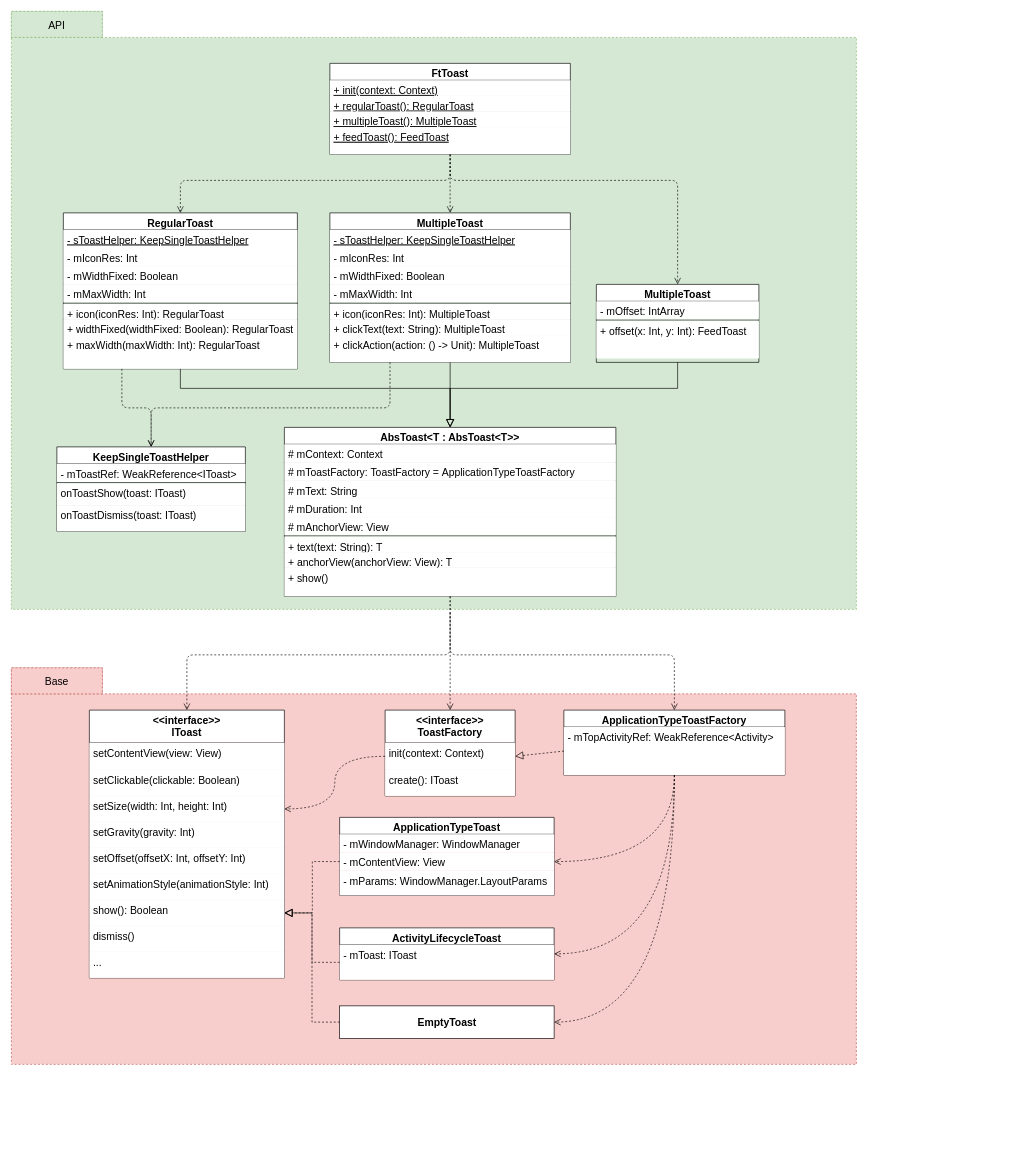
EricHyh/KtDemoCollection keeps this draw.io diagram as toastdemo/Toast.drawio. Above is the earlier version. Source tidied: cells renumbered, new cells numbered last; positions are measured from the earlier drawing's top-left corner, leaving out a move shared by most shapes. Both pictures are drawn from the tidied source at 65%, with x=0, y=0 at pixel (11, 11).
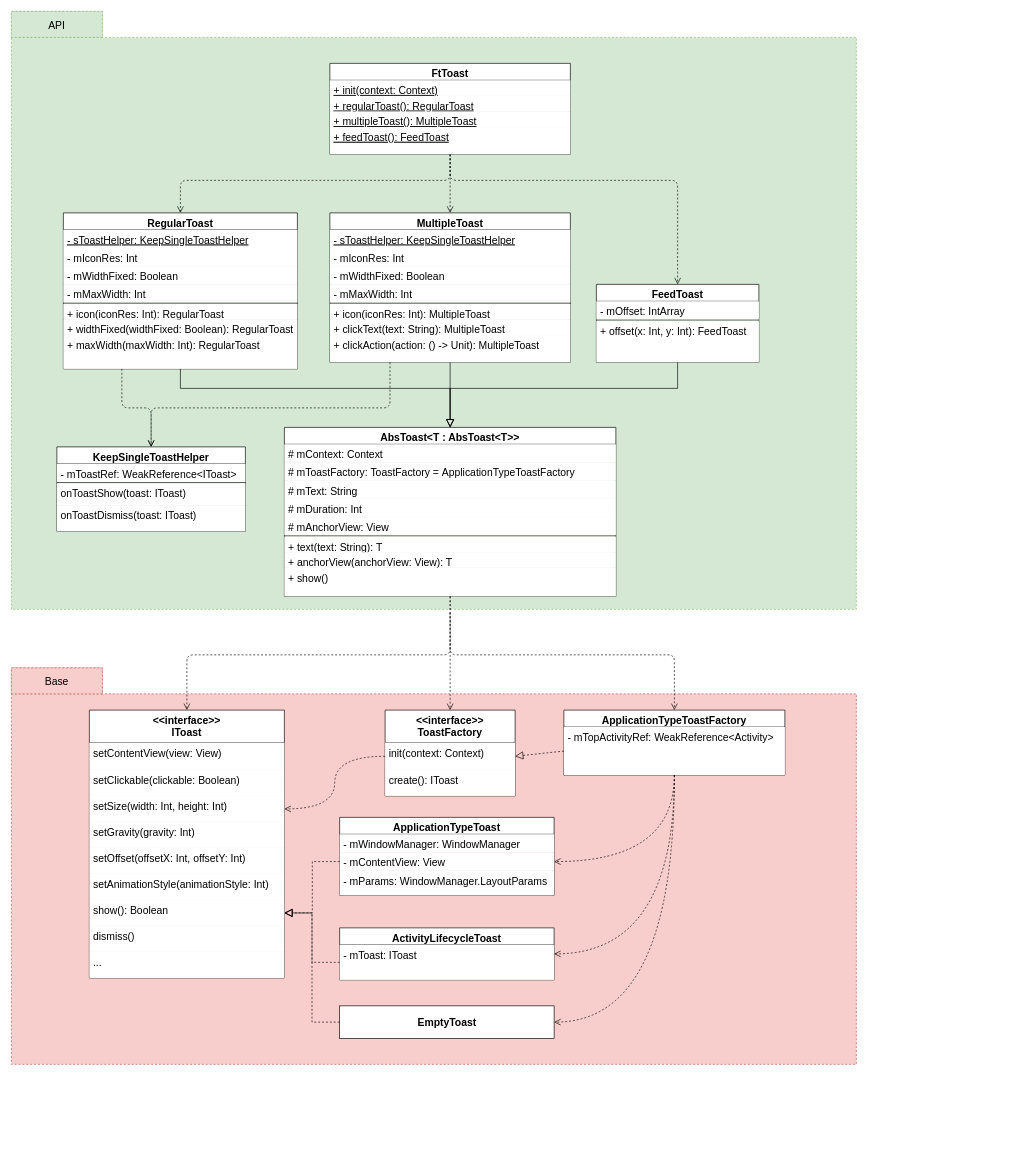
After the change.

What changed in the source:
```diff
@@
-    <mxCell id="52" value="MultipleToast" style="swimlane;fontStyle=1;align=center;verticalAlign=top;horizontal=1;startSize=26;rounded=0;shadow=0;strokeWidth=1;fontSize=16;" parent="1" vertex="1">
+    <mxCell id="52" value="FeedToast" style="swimlane;fontStyle=1;align=center;verticalAlign=top;horizontal=1;startSize=26;rounded=0;shadow=0;strokeWidth=1;fontSize=16;" parent="1" vertex="1">
       <mxGeometry x="900" y="420" width="250" height="120" as="geometry" />
     </mxCell>
@@
     <mxCell id="55" value="+ offset(x: Int, y: Int): FeedToast" style="text;align=left;verticalAlign=top;spacingLeft=4;spacingRight=4;overflow=hidden;fontStyle=0;fontSize=16;fillColor=#ffffff;" parent="52" vertex="1">
-      <mxGeometry y="56" width="250" height="58" as="geometry" />
+      <mxGeometry y="56" width="250" height="64" as="geometry" />
     </mxCell>
```
